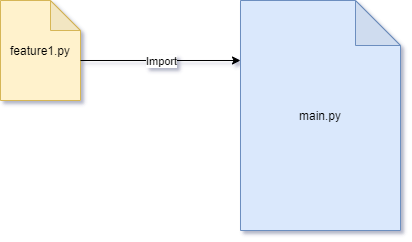
Above: docs/pics/ModulitF1.drawio.png in Raision-seudun-koulutuskuntayhtyma/Tietokannat (draw.io), before the change. Source tidied: cells renumbered, new cells last; positions are measured from the earlier drawing's top-left corner, leaving out a move shared by most shapes. Source of this version:
```xml
<mxGraphModel>
  <root>
    <mxCell id="0" />
    <mxCell id="1" parent="0" />
    <mxCell id="2" value="feature1.py" style="shape=note;whiteSpace=wrap;html=1;backgroundOutline=1;darkOpacity=0.05;fillColor=#fff2cc;strokeColor=#d6b656;sketch=0;" parent="1" vertex="1">
      <mxGeometry width="80" height="100" as="geometry" />
    </mxCell>
    <mxCell id="3" value="main.py" style="shape=note;whiteSpace=wrap;html=1;backgroundOutline=1;darkOpacity=0.05;fillColor=#dae8fc;strokeColor=#6c8ebf;size=45;" parent="1" vertex="1">
      <mxGeometry x="240" width="160" height="230" as="geometry" />
    </mxCell>
    <mxCell id="4" style="endArrow=classic;html=1;rounded=0;edgeStyle=orthogonalEdgeStyle;" parent="1" edge="1">
      <mxGeometry relative="1" as="geometry">
        <mxPoint x="80" y="60" as="sourcePoint" />
        <mxPoint x="240" y="60" as="targetPoint" />
      </mxGeometry>
    </mxCell>
    <mxCell id="5" value="Import" style="edgeLabel;html=1;align=center;verticalAlign=middle;" parent="4" vertex="1">
      <mxGeometry relative="1" as="geometry" />
    </mxCell>
  </root>
</mxGraphModel>
```
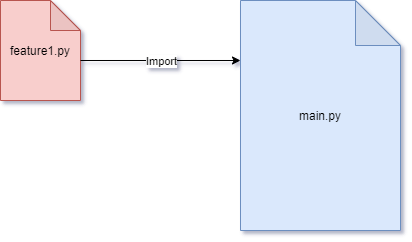
Later version of the same file.

Commit message:
Muutettu tiedostojen värit kuvista

Change to the diagram source:
```diff
@@ -2,7 +2,7 @@
   <root>
     <mxCell id="0" />
     <mxCell id="1" parent="0" />
-    <mxCell id="2" value="feature1.py" style="shape=note;whiteSpace=wrap;html=1;backgroundOutline=1;darkOpacity=0.05;fillColor=#fff2cc;strokeColor=#d6b656;sketch=0;" parent="1" vertex="1">
+    <mxCell id="2" value="feature1.py" style="shape=note;whiteSpace=wrap;html=1;backgroundOutline=1;darkOpacity=0.05;fillColor=#f8cecc;strokeColor=#b85450;sketch=0;" parent="1" vertex="1">
       <mxGeometry width="80" height="100" as="geometry" />
     </mxCell>
     <mxCell id="3" value="main.py" style="shape=note;whiteSpace=wrap;html=1;backgroundOutline=1;darkOpacity=0.05;fillColor=#dae8fc;strokeColor=#6c8ebf;size=45;" parent="1" vertex="1">
```
